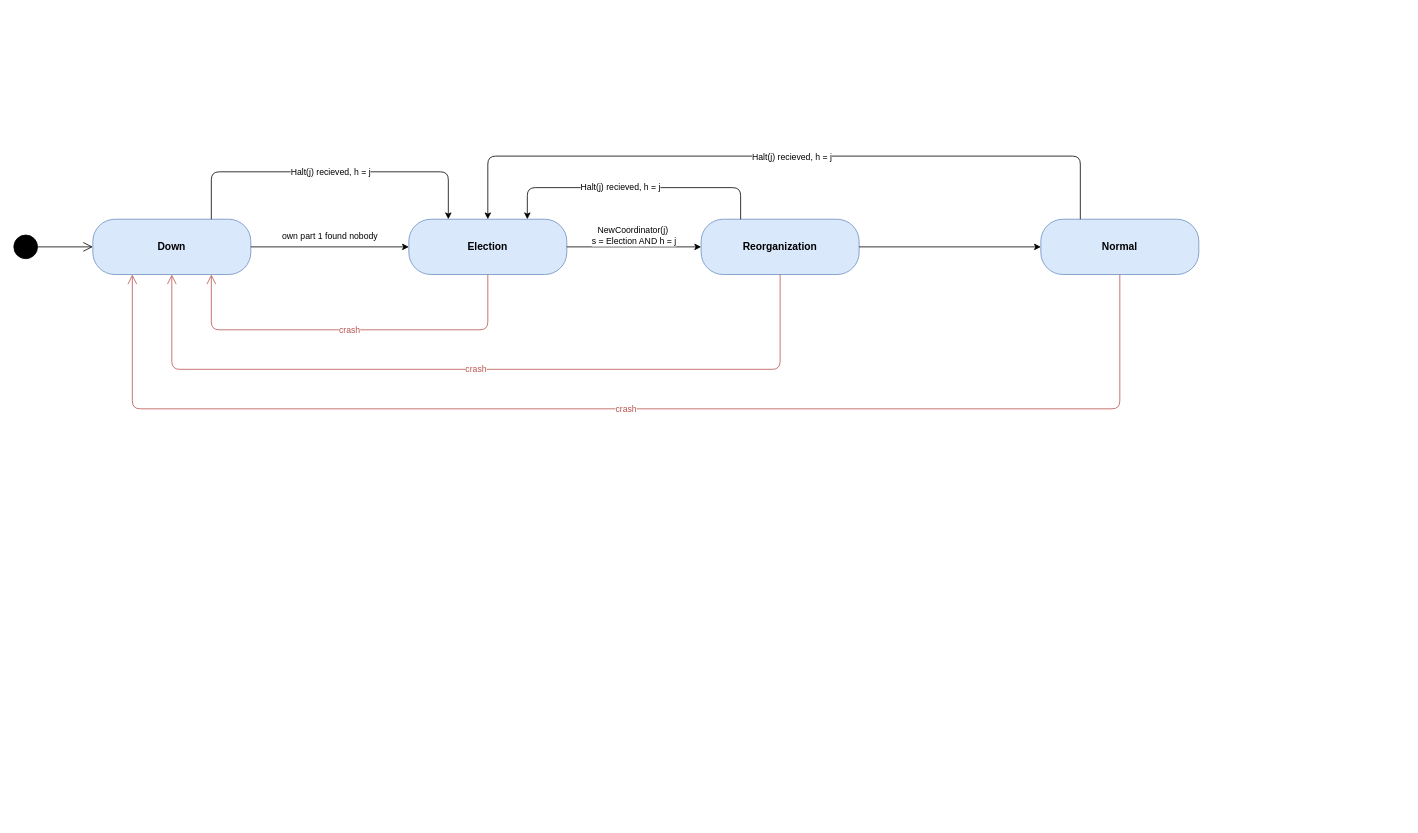
Above: page "Bully (original)" (1 of 4) of docs/state-machine.drawio in pattygithubby/ds-p1-bully-election (draw.io), before the change. Source tidied: cells renumbered, new cells numbered last; positions are measured from the earlier drawing's top-left corner, leaving out a move shared by most shapes. Both pictures are drawn from the tidied source at 79%, with x=0, y=0 at pixel (13, 156).
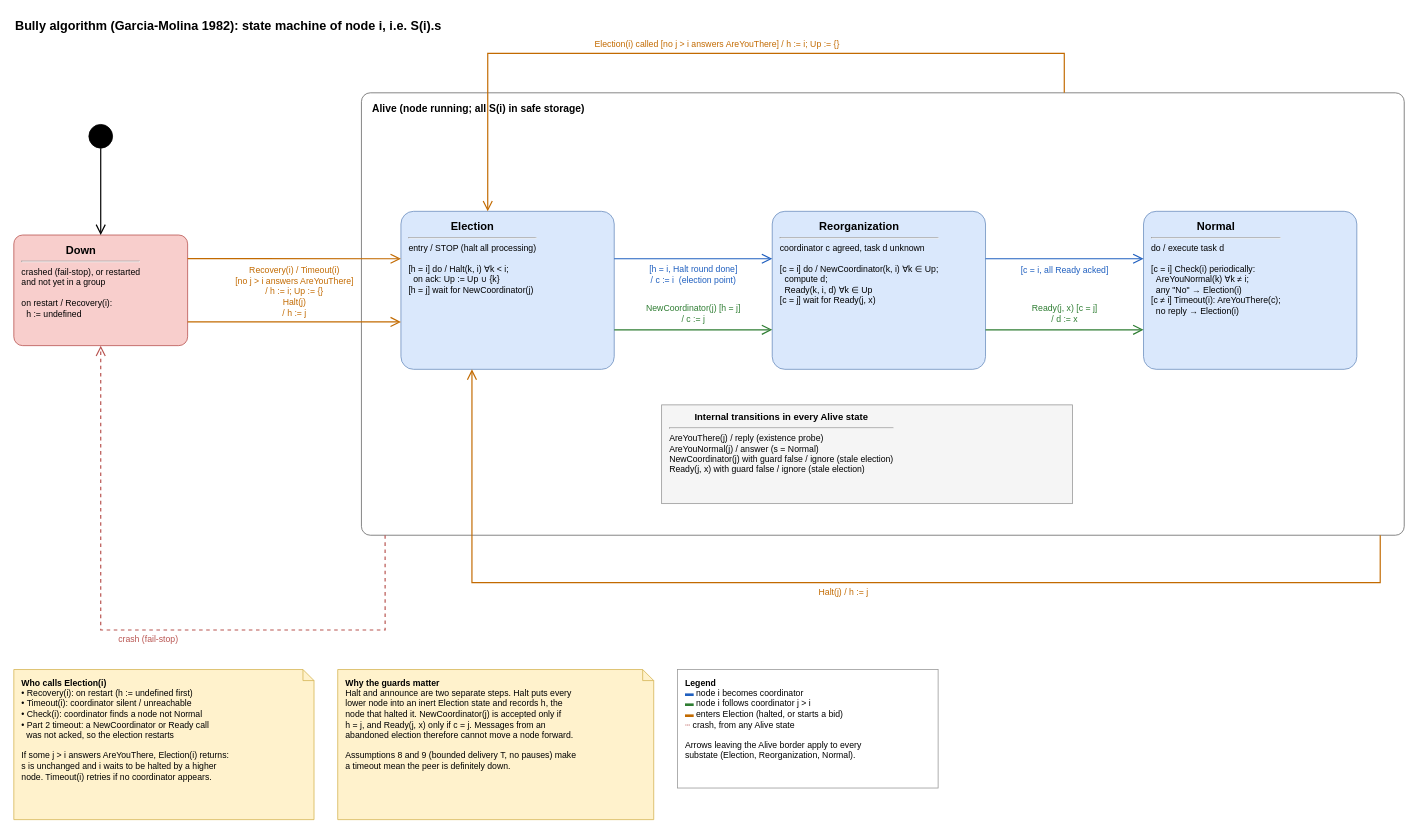
The same page after the edit.

Commit message (it also covers changes not shown here):
docs: add Bully state machine diagram

Complete UML state machine for the original Bully algorithm (drawio page
"Bully (original)") plus a Mermaid version with state and rule tables.

Change to the diagram source:
```diff
@@
+    <mxCell id="22" value="&lt;b&gt;Bully algorithm (Garcia-Molina 1982): state machine of node i, i.e. S(i).s&lt;/b&gt;" style="text;html=1;fontSize=16;align=left;verticalAlign=middle;" parent="1" vertex="1">
+      <mxGeometry y="-180" width="900" height="30" as="geometry" />
+    </mxCell>
     <mxCell id="2" style="ellipse;html=1;fillColor=#000000;strokeColor=#000000;" parent="1" vertex="1">
-      <mxGeometry y="100" width="30" height="30" as="geometry" />
+      <mxGeometry x="95" y="-40" width="30" height="30" as="geometry" />
     </mxCell>
-    <mxCell id="3" value="Down" style="rounded=1;whiteSpace=wrap;html=1;arcSize=40;fillColor=#dae8fc;strokeColor=#6c8ebf;fontStyle=1;fontSize=13;" parent="1" vertex="1">
-      <mxGeometry x="100" y="80" width="200" height="70" as="geometry" />
+    <mxCell id="3" value="&lt;div style=&quot;text-align:center&quot;&gt;&lt;b style=&quot;font-size:14px&quot;&gt;Down&lt;/b&gt;&lt;/div&gt;&lt;hr&gt;crashed (fail-stop), or restarted&lt;br&gt;and not yet in a group&lt;br&gt;&lt;br&gt;on restart / Recovery(i):&lt;br&gt;&amp;nbsp;&amp;nbsp;h := undefined" style="rounded=1;arcSize=8;whiteSpace=wrap;html=1;fillColor=#dae8fc;strokeColor=#6c8ebf;fontSize=11;align=left;verticalAlign=top;spacingLeft=8;spacingRight=8;spacingTop=4;fillColor=#f8cecc;strokeColor=#b85450;" parent="1" vertex="1">
+      <mxGeometry y="100" width="220" height="140" as="geometry" />
     </mxCell>
+    <mxCell id="23" value="Alive (node running; all S(i) in safe storage)" style="rounded=1;arcSize=2;whiteSpace=wrap;html=1;verticalAlign=top;align=left;spacingLeft=12;spacingTop=6;fillColor=none;strokeColor=#666666;dashed=0;fontStyle=1;fontSize=13;" parent="1" vertex="1">
+      <mxGeometry x="440" y="-80" width="1320" height="560" as="geometry" />
+    </mxCell>
-    <mxCell id="4" value="Election" style="rounded=1;whiteSpace=wrap;html=1;arcSize=40;fillColor=#dae8fc;strokeColor=#6c8ebf;fontStyle=1;fontSize=13;" parent="1" vertex="1">
-      <mxGeometry x="500" y="80" width="200" height="70" as="geometry" />
+    <mxCell id="4" value="&lt;div style=&quot;text-align:center&quot;&gt;&lt;b style=&quot;font-size:14px&quot;&gt;Election&lt;/b&gt;&lt;/div&gt;&lt;hr&gt;entry / STOP (halt all processing)&lt;br&gt;&lt;br&gt;[h = i] do / Halt(k, i) &amp;forall;k &amp;lt; i;&lt;br&gt;&amp;nbsp;&amp;nbsp;on ack: Up := Up &amp;cup; {k}&lt;br&gt;[h = j] wait for NewCoordinator(j)" style="rounded=1;arcSize=8;whiteSpace=wrap;html=1;fillColor=#dae8fc;strokeColor=#6c8ebf;fontSize=11;align=left;verticalAlign=top;spacingLeft=8;spacingRight=8;spacingTop=4;" parent="1" vertex="1">
+      <mxGeometry x="490" y="70" width="270" height="200" as="geometry" />
     </mxCell>
-    <mxCell id="5" value="Reorganization" style="rounded=1;whiteSpace=wrap;html=1;arcSize=40;fillColor=#dae8fc;strokeColor=#6c8ebf;fontStyle=1;fontSize=13;" parent="1" vertex="1">
-      <mxGeometry x="870" y="80" width="200" height="70" as="geometry" />
+    <mxCell id="5" value="&lt;div style=&quot;text-align:center&quot;&gt;&lt;b style=&quot;font-size:14px&quot;&gt;Reorganization&lt;/b&gt;&lt;/div&gt;&lt;hr&gt;coordinator c agreed, task d unknown&lt;br&gt;&lt;br&gt;[c = i] do / NewCoordinator(k, i) &amp;forall;k &amp;isin; Up;&lt;br&gt;&amp;nbsp;&amp;nbsp;compute d;&lt;br&gt;&amp;nbsp;&amp;nbsp;Ready(k, i, d) &amp;forall;k &amp;isin; Up&lt;br&gt;[c = j] wait for Ready(j, x)" style="rounded=1;arcSize=8;whiteSpace=wrap;html=1;fillColor=#dae8fc;strokeColor=#6c8ebf;fontSize=11;align=left;verticalAlign=top;spacingLeft=8;spacingRight=8;spacingTop=4;" parent="1" vertex="1">
+      <mxGeometry x="960" y="70" width="270" height="200" as="geometry" />
     </mxCell>
-    <mxCell id="6" value="Normal" style="rounded=1;whiteSpace=wrap;html=1;arcSize=40;fillColor=#dae8fc;strokeColor=#6c8ebf;fontStyle=1;fontSize=13;" parent="1" vertex="1">
-      <mxGeometry x="1300" y="80" width="200" height="70" as="geometry" />
+    <mxCell id="6" value="&lt;div style=&quot;text-align:center&quot;&gt;&lt;b style=&quot;font-size:14px&quot;&gt;Normal&lt;/b&gt;&lt;/div&gt;&lt;hr&gt;do / execute task d&lt;br&gt;&lt;br&gt;[c = i] Check(i) periodically:&lt;br&gt;&amp;nbsp;&amp;nbsp;AreYouNormal(k) &amp;forall;k &amp;ne; i;&lt;br&gt;&amp;nbsp;&amp;nbsp;any &amp;quot;No&amp;quot; &amp;rarr; Election(i)&lt;br&gt;[c &amp;ne; i] Timeout(i): AreYouThere(c);&lt;br&gt;&amp;nbsp;&amp;nbsp;no reply &amp;rarr; Election(i)" style="rounded=1;arcSize=8;whiteSpace=wrap;html=1;fillColor=#dae8fc;strokeColor=#6c8ebf;fontSize=11;align=left;verticalAlign=top;spacingLeft=8;spacingRight=8;spacingTop=4;" parent="1" vertex="1">
+      <mxGeometry x="1430" y="70" width="270" height="200" as="geometry" />
     </mxCell>
+    <mxCell id="24" value="&lt;div style=&quot;text-align:center&quot;&gt;&lt;b style=&quot;font-size:12px&quot;&gt;Internal transitions in every Alive state&lt;/b&gt;&lt;/div&gt;&lt;hr&gt;AreYouThere(j) / reply (existence probe)&lt;br&gt;AreYouNormal(j) / answer (s = Normal)&lt;br&gt;NewCoordinator(j) with guard false / ignore (stale election)&lt;br&gt;Ready(j, x) with guard false / ignore (stale election)" style="rounded=0;whiteSpace=wrap;html=1;fillColor=#f5f5f5;strokeColor=#999999;fontSize=11;align=left;verticalAlign=top;spacingLeft=8;spacingTop=2;" parent="1" vertex="1">
+      <mxGeometry x="820" y="315" width="520" height="125" as="geometry" />
+    </mxCell>
-    <mxCell id="7" style="edgeStyle=orthogonalEdgeStyle;html=1;endArrow=open;endSize=10;" parent="1" edge="1" source="2" target="3">
+    <mxCell id="7" style="edgeStyle=orthogonalEdgeStyle;rounded=0;html=1;endArrow=open;endSize=10;strokeWidth=1.5;strokeColor=#000000;fontColor=#000000;fontSize=11;labelBackgroundColor=none;" parent="1" edge="1" source="2" target="3">
       <mxGeometry relative="1" as="geometry" />
     </mxCell>
-    <mxCell id="8" value="crash" style="edgeStyle=orthogonalEdgeStyle;html=1;endArrow=open;endSize=10;fontSize=11;strokeColor=#b85450;fontColor=#b85450;exitX=0.5;exitY=1;entryX=0.75;entryY=1;" parent="1" edge="1" source="4" target="3">
-      <mxGeometry relative="1" as="geometry">
-        <Array as="points">
-          <mxPoint x="600" y="220" />
-          <mxPoint x="250" y="220" />
-        </Array>
-      </mxGeometry>
-    </mxCell>
-    <mxCell id="9" value="crash" style="edgeStyle=orthogonalEdgeStyle;html=1;endArrow=open;endSize=10;fontSize=11;strokeColor=#b85450;fontColor=#b85450;exitX=0.5;exitY=1;entryX=0.5;entryY=1;" parent="1" edge="1" source="5" target="3">
-      <mxGeometry relative="1" as="geometry">
-        <Array as="points">
-          <mxPoint x="970" y="270" />
-          <mxPoint x="200" y="270" />
-        </Array>
-      </mxGeometry>
-    </mxCell>
-    <mxCell id="10" value="crash" style="edgeStyle=orthogonalEdgeStyle;html=1;endArrow=open;endSize=10;fontSize=11;strokeColor=#b85450;fontColor=#b85450;exitX=0.5;exitY=1;entryX=0.25;entryY=1;" parent="1" edge="1" source="6" target="3">
-      <mxGeometry relative="1" as="geometry">
-        <Array as="points">
-          <mxPoint x="1400" y="320" />
-          <mxPoint x="150" y="320" />
-        </Array>
-      </mxGeometry>
-    </mxCell>
-    <mxCell id="11" style="edgeStyle=none;html=1;exitX=1;exitY=0.5;exitDx=0;exitDy=0;entryX=0;entryY=0.5;entryDx=0;entryDy=0;" parent="1" edge="1" source="4" target="5">
-      <mxGeometry relative="1" as="geometry" />
-    </mxCell>
-    <mxCell id="12" value="NewCoordinator(j)&amp;nbsp;&lt;br&gt;s = Election AND h = j" style="edgeLabel;html=1;align=center;verticalAlign=middle;" parent="11" vertex="1">
-      <mxGeometry x="0.04" y="1" relative="1" as="geometry">
-        <mxPoint x="-4" y="-14" as="offset" />
-      </mxGeometry>
-    </mxCell>
-    <mxCell id="13" style="edgeStyle=none;html=1;exitX=1;exitY=0.5;exitDx=0;exitDy=0;entryX=0;entryY=0.5;entryDx=0;entryDy=0;" parent="1" edge="1" source="5" target="6">
-      <mxGeometry relative="1" as="geometry" />
-    </mxCell>
-    <mxCell id="14" style="edgeStyle=none;html=1;exitX=1;exitY=0.5;exitDx=0;exitDy=0;" parent="1" edge="1" source="3">
-      <mxGeometry relative="1" as="geometry">
-        <mxPoint x="500" y="115" as="targetPoint" />
-      </mxGeometry>
-    </mxCell>
-    <mxCell id="15" value="own part 1 found nobody" style="edgeLabel;html=1;align=center;verticalAlign=middle;" parent="14" vertex="1">
-      <mxGeometry x="-0.22" y="5" relative="1" as="geometry">
-        <mxPoint x="21" y="-10" as="offset" />
-      </mxGeometry>
-    </mxCell>
-    <mxCell id="16" style="edgeStyle=none;html=1;exitX=0.25;exitY=0;exitDx=0;exitDy=0;entryX=0.75;entryY=0;entryDx=0;entryDy=0;" parent="1" edge="1" source="5" target="4">
-      <mxGeometry relative="1" as="geometry">
-        <Array as="points">
-          <mxPoint x="920" y="40" />
-          <mxPoint x="650" y="40" />
-        </Array>
-      </mxGeometry>
-    </mxCell>
-    <mxCell id="17" value="Halt(j) recieved, h = j" style="edgeLabel;html=1;align=center;verticalAlign=middle;" parent="16" vertex="1">
-      <mxGeometry x="0.1" y="-2" relative="1" as="geometry" />
-    </mxCell>
-    <mxCell id="18" style="edgeStyle=orthogonalEdgeStyle;html=1;exitX=0.25;exitY=0;exitDx=0;exitDy=0;" parent="1" edge="1" source="6" target="4">
-      <mxGeometry relative="1" as="geometry">
-        <Array as="points">
-          <mxPoint x="1350" y="0.1" />
-          <mxPoint x="600" y="0.1" />
-        </Array>
-      </mxGeometry>
-    </mxCell>
-    <mxCell id="19" value="Halt(j) recieved, h = j" style="edgeLabel;html=1;align=center;verticalAlign=middle;" parent="18" vertex="1">
-      <mxGeometry x="-0.02" relative="1" as="geometry">
-        <mxPoint x="1" as="offset" />
-      </mxGeometry>
-    </mxCell>
-    <mxCell id="20" style="edgeStyle=none;html=1;exitX=0.75;exitY=0;exitDx=0;exitDy=0;entryX=0.25;entryY=0;entryDx=0;entryDy=0;" parent="1" edge="1" source="3" target="4">
-      <mxGeometry relative="1" as="geometry">
-        <Array as="points">
-          <mxPoint x="250" y="20" />
-          <mxPoint x="550" y="20" />
-        </Array>
-      </mxGeometry>
-    </mxCell>
-    <mxCell id="21" value="&lt;span style=&quot;color: rgb(0, 0, 0);&quot;&gt;Halt(j) recieved, h = j&lt;/span&gt;" style="edgeLabel;html=1;align=center;verticalAlign=middle;" parent="20" vertex="1">
-      <mxGeometry x="0.03" relative="1" as="geometry">
-        <mxPoint x="-6" as="offset" />
-      </mxGeometry>
-    </mxCell>
+    <mxCell id="25" value="Recovery(i) / Timeout(i)&lt;br&gt;[no j &amp;gt; i answers AreYouThere]&lt;br&gt;/ h := i; Up := {}" style="edgeStyle=orthogonalEdgeStyle;rounded=0;html=1;endArrow=open;endSize=10;strokeWidth=1.5;strokeColor=#c26a00;fontColor=#c26a00;fontSize=11;labelBackgroundColor=none;exitX=1;exitY=0.214;exitDx=0;exitDy=0;entryX=0;entryY=0.3;entryDx=0;entryDy=0;" parent="1" edge="1" source="3" target="4">
+      <mxGeometry y="-28" relative="1" as="geometry" />
+    </mxCell>
+    <mxCell id="26" value="Halt(j)&lt;br&gt;/ h := j" style="edgeStyle=orthogonalEdgeStyle;rounded=0;html=1;endArrow=open;endSize=10;strokeWidth=1.5;strokeColor=#c26a00;fontColor=#c26a00;fontSize=11;labelBackgroundColor=none;exitX=1;exitY=0.786;exitDx=0;exitDy=0;entryX=0;entryY=0.7;entryDx=0;entryDy=0;" parent="1" edge="1" source="3" target="4">
+      <mxGeometry y="18" relative="1" as="geometry" />
+    </mxCell>
+    <mxCell id="27" value="[h = i, Halt round done]&lt;br&gt;/ c := i&amp;nbsp;&amp;nbsp;(election point)" style="edgeStyle=orthogonalEdgeStyle;rounded=0;html=1;endArrow=open;endSize=10;strokeWidth=1.5;strokeColor=#1f5fbf;fontColor=#1f5fbf;fontSize=11;labelBackgroundColor=none;exitX=1;exitY=0.3;exitDx=0;exitDy=0;entryX=0;entryY=0.3;entryDx=0;entryDy=0;" parent="1" edge="1" source="4" target="5">
+      <mxGeometry y="-20" relative="1" as="geometry" />
+    </mxCell>
+    <mxCell id="28" value="NewCoordinator(j) [h = j]&lt;br&gt;/ c := j" style="edgeStyle=orthogonalEdgeStyle;rounded=0;html=1;endArrow=open;endSize=10;strokeWidth=1.5;strokeColor=#2e7d32;fontColor=#2e7d32;fontSize=11;labelBackgroundColor=none;exitX=1;exitY=0.75;exitDx=0;exitDy=0;entryX=0;entryY=0.75;entryDx=0;entryDy=0;" parent="1" edge="1" source="4" target="5">
+      <mxGeometry y="20" relative="1" as="geometry" />
+    </mxCell>
+    <mxCell id="29" value="[c = i, all Ready acked]" style="edgeStyle=orthogonalEdgeStyle;rounded=0;html=1;endArrow=open;endSize=10;strokeWidth=1.5;strokeColor=#1f5fbf;fontColor=#1f5fbf;fontSize=11;labelBackgroundColor=none;exitX=1;exitY=0.3;exitDx=0;exitDy=0;entryX=0;entryY=0.3;entryDx=0;entryDy=0;" parent="1" edge="1" source="5" target="6">
+      <mxGeometry y="-14" relative="1" as="geometry" />
+    </mxCell>
+    <mxCell id="30" value="Ready(j, x) [c = j]&lt;br&gt;/ d := x" style="edgeStyle=orthogonalEdgeStyle;rounded=0;html=1;endArrow=open;endSize=10;strokeWidth=1.5;strokeColor=#2e7d32;fontColor=#2e7d32;fontSize=11;labelBackgroundColor=none;exitX=1;exitY=0.75;exitDx=0;exitDy=0;entryX=0;entryY=0.75;entryDx=0;entryDy=0;" parent="1" edge="1" source="5" target="6">
+      <mxGeometry y="20" relative="1" as="geometry" />
+    </mxCell>
+    <mxCell id="31" value="Election(i) called [no j &amp;gt; i answers AreYouThere] / h := i; Up := {}" style="edgeStyle=orthogonalEdgeStyle;rounded=0;html=1;endArrow=open;endSize=10;strokeWidth=1.5;strokeColor=#c26a00;fontColor=#c26a00;fontSize=11;labelBackgroundColor=none;exitX=0.674;exitY=0;exitDx=0;exitDy=0;entryX=0.407;entryY=0;entryDx=0;entryDy=0;" parent="1" edge="1" source="23" target="4">
+      <mxGeometry y="-12" relative="1" as="geometry">
+        <Array as="points">
+          <mxPoint x="1330" y="-130" />
+          <mxPoint x="600" y="-130" />
+        </Array>
+      </mxGeometry>
+    </mxCell>
+    <mxCell id="32" value="Halt(j) / h := j" style="edgeStyle=orthogonalEdgeStyle;rounded=0;html=1;endArrow=open;endSize=10;strokeWidth=1.5;strokeColor=#c26a00;fontColor=#c26a00;fontSize=11;labelBackgroundColor=none;exitX=0.977;exitY=1;exitDx=0;exitDy=0;entryX=0.333;entryY=1;entryDx=0;entryDy=0;" parent="1" edge="1" source="23" target="4">
+      <mxGeometry y="12" relative="1" as="geometry">
+        <Array as="points">
+          <mxPoint x="1730" y="540" />
+          <mxPoint x="580" y="540" />
+        </Array>
+      </mxGeometry>
+    </mxCell>
+    <mxCell id="33" value="crash (fail-stop)" style="edgeStyle=orthogonalEdgeStyle;rounded=0;html=1;endArrow=open;endSize=10;strokeWidth=1.5;strokeColor=#b85450;fontColor=#b85450;fontSize=11;labelBackgroundColor=none;dashed=1;exitX=0.0227;exitY=1;exitDx=0;exitDy=0;entryX=0.5;entryY=1;entryDx=0;entryDy=0;" parent="1" edge="1" source="23" target="3">
+      <mxGeometry y="12" relative="1" as="geometry">
+        <Array as="points">
+          <mxPoint x="470" y="600" />
+          <mxPoint x="110" y="600" />
+        </Array>
+      </mxGeometry>
+    </mxCell>
+    <mxCell id="34" value="&lt;b&gt;Who calls Election(i)&lt;/b&gt;&lt;br&gt;&amp;bull; Recovery(i): on restart (h := undefined first)&lt;br&gt;&amp;bull; Timeout(i): coordinator silent / unreachable&lt;br&gt;&amp;bull; Check(i): coordinator finds a node not Normal&lt;br&gt;&amp;bull; Part 2 timeout: a NewCoordinator or Ready call&lt;br&gt;&amp;nbsp;&amp;nbsp;was not acked, so the election restarts&lt;br&gt;&lt;br&gt;If some j &amp;gt; i answers AreYouThere, Election(i) returns:&lt;br&gt;s is unchanged and i waits to be halted by a higher&lt;br&gt;node. Timeout(i) retries if no coordinator appears." style="shape=note;whiteSpace=wrap;html=1;size=14;fillColor=#fff2cc;strokeColor=#d6b656;fontSize=11;align=left;verticalAlign=top;spacingLeft=8;spacingTop=4;" parent="1" vertex="1">
+      <mxGeometry y="650" width="380" height="190" as="geometry" />
+    </mxCell>
+    <mxCell id="35" value="&lt;b&gt;Why the guards matter&lt;/b&gt;&lt;br&gt;Halt and announce are two separate steps. Halt puts every&lt;br&gt;lower node into an inert Election state and records h, the&lt;br&gt;node that halted it. NewCoordinator(j) is accepted only if&lt;br&gt;h = j, and Ready(j, x) only if c = j. Messages from an&lt;br&gt;abandoned election therefore cannot move a node forward.&lt;br&gt;&lt;br&gt;Assumptions 8 and 9 (bounded delivery T, no pauses) make&lt;br&gt;a timeout mean the peer is definitely down." style="shape=note;whiteSpace=wrap;html=1;size=14;fillColor=#fff2cc;strokeColor=#d6b656;fontSize=11;align=left;verticalAlign=top;spacingLeft=8;spacingTop=4;" parent="1" vertex="1">
+      <mxGeometry x="410" y="650" width="400" height="190" as="geometry" />
+    </mxCell>
+    <mxCell id="36" value="&lt;b&gt;Legend&lt;/b&gt;&lt;br&gt;&lt;font color=&quot;#1f5fbf&quot;&gt;&amp;#9644;&lt;/font&gt; node i becomes coordinator&lt;br&gt;&lt;font color=&quot;#2e7d32&quot;&gt;&amp;#9644;&lt;/font&gt; node i follows coordinator j &amp;gt; i&lt;br&gt;&lt;font color=&quot;#c26a00&quot;&gt;&amp;#9644;&lt;/font&gt; enters Election (halted, or starts a bid)&lt;br&gt;&lt;font color=&quot;#b85450&quot;&gt;&amp;#9476;&lt;/font&gt; crash, from any Alive state&lt;br&gt;&lt;br&gt;Arrows leaving the Alive border apply to every&lt;br&gt;substate (Election, Reorganization, Normal)." style="rounded=0;whiteSpace=wrap;html=1;fillColor=#ffffff;strokeColor=#999999;fontSize=11;align=left;verticalAlign=top;spacingLeft=8;spacingTop=4;" parent="1" vertex="1">
+      <mxGeometry x="840" y="650" width="330" height="150" as="geometry" />
+    </mxCell>
```
